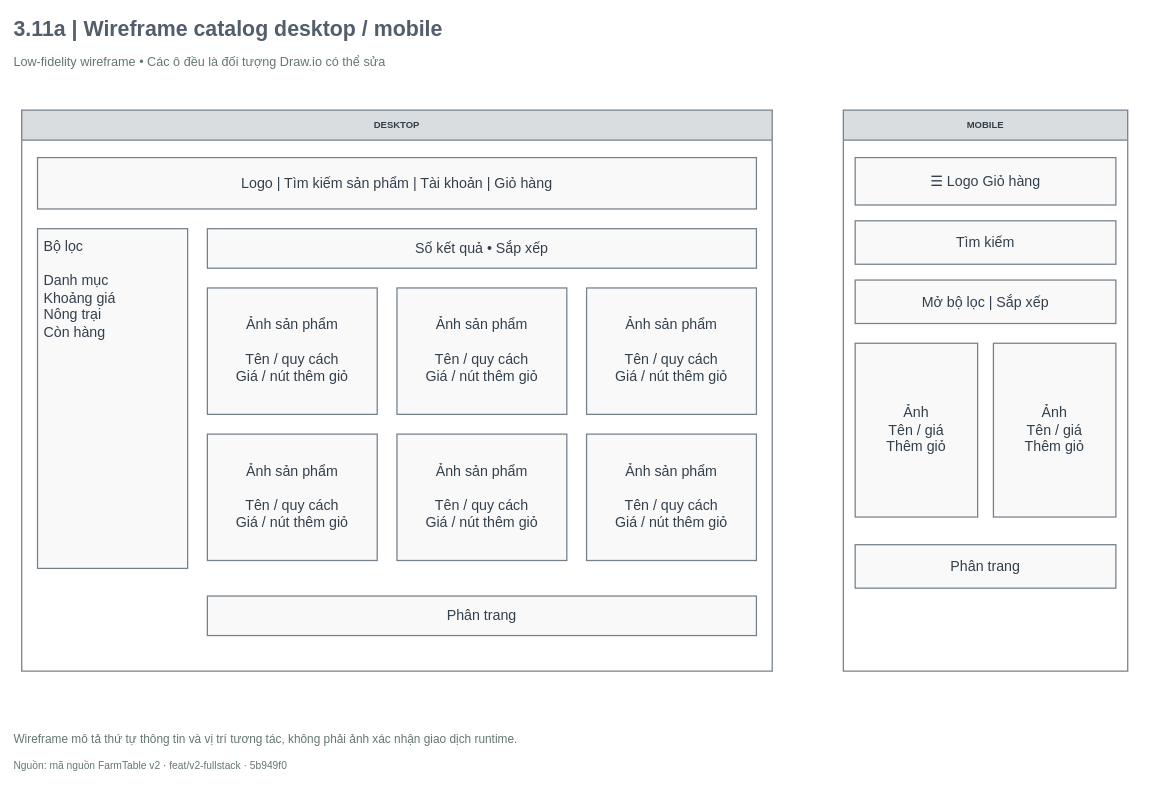
The draw.io diagram FarmTable_Chuong3/So_do_BA/drawio/Hinh_3_11a.drawio in hathu1272006-eng/PTWnangcao, before the edit. Source tidied: cells renumbered, new cells numbered last; positions are measured from the earlier drawing's top-left corner, leaving out a move shared by most shapes. Both pictures are drawn from the tidied source at 79%, with x=0, y=0 at pixel (13, 13).
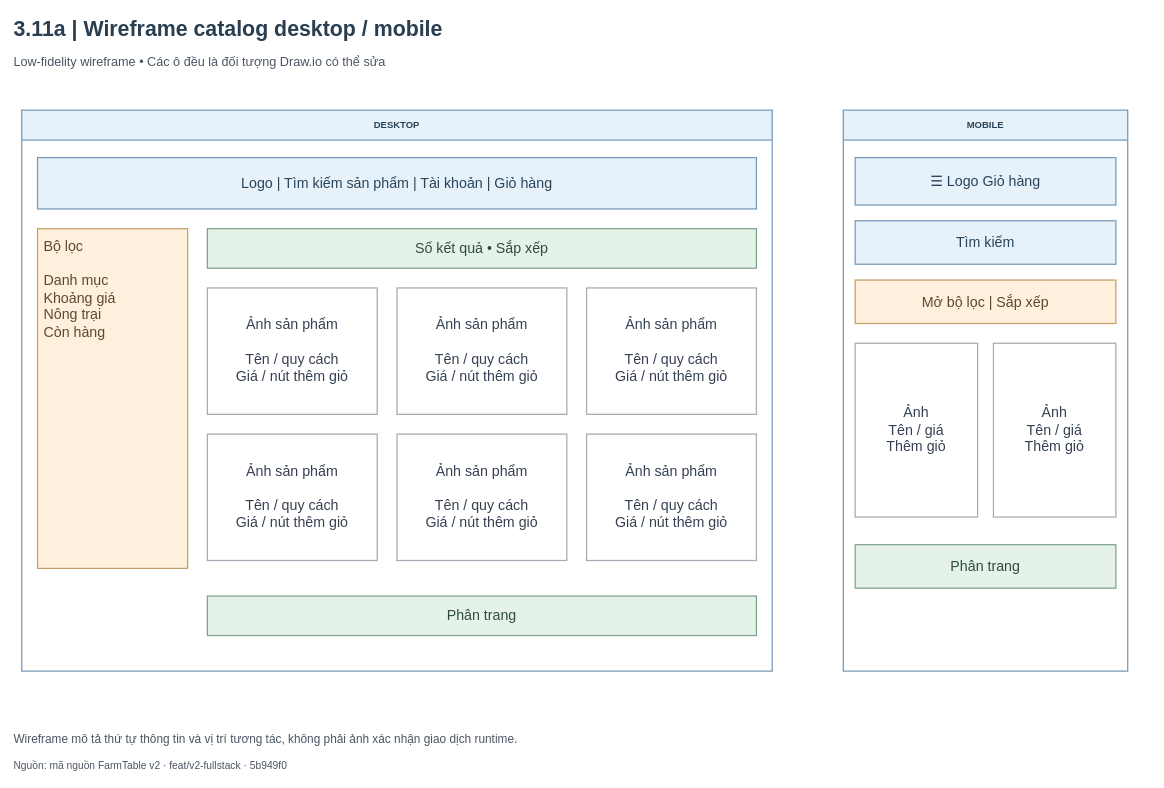
Above is the later version.

The edit, as a diff of the source:
```diff
@@
-    <mxCell id="2" value="3.11a  |  Wireframe catalog desktop / mobile" style="html=1;whiteSpace=wrap;fontFamily=Arial;fontSize=18;strokeColor=#245C47;strokeWidth=1.6;fillColor=#FFFFFF;spacing=8;text;strokeColor=none;fillColor=none;align=left;verticalAlign=middle;fontSize=27;fontStyle=1;spacing=0;fontColor=#525E6B;" parent="1" vertex="1">
+    <mxCell id="2" value="3.11a  |  Wireframe catalog desktop / mobile" style="html=1;whiteSpace=wrap;fontFamily=Arial;fontSize=18;strokeColor=#245C47;strokeWidth=1.6;fillColor=#FFFFFF;spacing=8;text;strokeColor=none;fillColor=none;align=left;verticalAlign=middle;fontSize=27;fontStyle=1;spacing=0;fontColor=#293E50;" parent="1" vertex="1">
       <mxGeometry width="1440" height="40" as="geometry" />
     </mxCell>
-    <mxCell id="3" value="Low-fidelity wireframe  •  Các ô đều là đối tượng Draw.io có thể sửa" style="html=1;whiteSpace=wrap;fontFamily=Arial;fontSize=18;fontColor=#243B32;strokeColor=#245C47;strokeWidth=1.6;fillColor=#FFFFFF;spacing=8;text;strokeColor=none;fillColor=none;align=left;verticalAlign=middle;fontSize=16;fontStyle=0;fontColor=#64776E;spacing=0;" parent="1" vertex="1">
+    <mxCell id="3" value="Low-fidelity wireframe  •  Các ô đều là đối tượng Draw.io có thể sửa" style="html=1;whiteSpace=wrap;fontFamily=Arial;fontSize=18;strokeColor=#245C47;strokeWidth=1.6;fillColor=#FFFFFF;spacing=8;text;strokeColor=none;fillColor=none;align=left;verticalAlign=middle;fontSize=16;fontStyle=0;spacing=0;fontColor=#4A5563;" parent="1" vertex="1">
       <mxGeometry y="47" width="1440" height="28" as="geometry" />
     </mxCell>
-    <mxCell id="4" value="DESKTOP" style="html=1;whiteSpace=wrap;fontFamily=Arial;fontSize=18;strokeWidth=1.6;spacing=8;swimlane;startSize=38;horizontal=1;fontStyle=1;fillColor=#DADDE0;strokeColor=#76808A;fontColor=#333F4A;swimlaneFillColor=#FFFFFF;" parent="1" vertex="1">
+    <mxCell id="4" value="DESKTOP" style="html=1;whiteSpace=wrap;fontFamily=Arial;fontSize=18;strokeWidth=1.6;spacing=8;swimlane;startSize=38;horizontal=1;fontStyle=1;fillColor=#E7F1FA;strokeColor=#789AB8;fontColor=#29445A;swimlaneFillColor=#FFFFFF;" parent="1" vertex="1">
       <mxGeometry x="10" y="122" width="950" height="710" as="geometry" />
     </mxCell>
-    <mxCell id="5" value="Logo   |   Tìm kiếm sản phẩm   |   Tài khoản   |   Giỏ hàng" style="html=1;whiteSpace=wrap;fontFamily=Arial;fontSize=18;strokeWidth=1.6;spacing=8;rounded=0;fillColor=#F9F9FA;strokeColor=#76808A;fontColor=#333F4A;" parent="4" vertex="1">
+    <mxCell id="5" value="Logo   |   Tìm kiếm sản phẩm   |   Tài khoản   |   Giỏ hàng" style="html=1;whiteSpace=wrap;fontFamily=Arial;fontSize=18;strokeWidth=1.6;spacing=8;rounded=0;fillColor=#E7F1FA;strokeColor=#789AB8;fontColor=#29445A;" parent="4" vertex="1">
       <mxGeometry x="20" y="60" width="910" height="65" as="geometry" />
     </mxCell>
-    <mxCell id="6" value="Bộ lọc&lt;br/&gt;&lt;br/&gt;Danh mục&lt;br/&gt;Khoảng giá&lt;br/&gt;Nông trại&lt;br/&gt;Còn hàng" style="html=1;whiteSpace=wrap;fontFamily=Arial;fontSize=18;strokeWidth=1.6;spacing=8;rounded=0;align=left;verticalAlign=top;fillColor=#F9F9FA;strokeColor=#76808A;fontColor=#333F4A;" parent="4" vertex="1">
+    <mxCell id="6" value="Bộ lọc&lt;br/&gt;&lt;br/&gt;Danh mục&lt;br/&gt;Khoảng giá&lt;br/&gt;Nông trại&lt;br/&gt;Còn hàng" style="html=1;whiteSpace=wrap;fontFamily=Arial;fontSize=18;strokeWidth=1.6;spacing=8;rounded=0;align=left;verticalAlign=top;fillColor=#FFF0DD;strokeColor=#C5A06C;fontColor=#5E482C;" parent="4" vertex="1">
       <mxGeometry x="20" y="150" width="190" height="430" as="geometry" />
     </mxCell>
-    <mxCell id="7" value="Số kết quả  •  Sắp xếp" style="html=1;whiteSpace=wrap;fontFamily=Arial;fontSize=18;strokeWidth=1.6;spacing=8;rounded=0;fillColor=#F9F9FA;strokeColor=#76808A;fontColor=#333F4A;" parent="4" vertex="1">
+    <mxCell id="7" value="Số kết quả  •  Sắp xếp" style="html=1;whiteSpace=wrap;fontFamily=Arial;fontSize=18;strokeWidth=1.6;spacing=8;rounded=0;fillColor=#E4F2E9;strokeColor=#7FA58B;fontColor=#304D3A;" parent="4" vertex="1">
       <mxGeometry x="235" y="150" width="695" height="50" as="geometry" />
     </mxCell>
-    <mxCell id="8" value="Ảnh sản phẩm&lt;br/&gt;&lt;br/&gt;Tên / quy cách&lt;br/&gt;Giá / nút thêm giỏ" style="html=1;whiteSpace=wrap;fontFamily=Arial;fontSize=18;strokeWidth=1.6;spacing=8;rounded=0;fillColor=#F9F9FA;strokeColor=#76808A;fontColor=#333F4A;" parent="4" vertex="1">
+    <mxCell id="8" value="Ảnh sản phẩm&lt;br/&gt;&lt;br/&gt;Tên / quy cách&lt;br/&gt;Giá / nút thêm giỏ" style="html=1;whiteSpace=wrap;fontFamily=Arial;fontSize=18;strokeWidth=1.6;spacing=8;rounded=0;fillColor=#FFFFFF;strokeColor=#A5ACB5;fontColor=#354052;" parent="4" vertex="1">
       <mxGeometry x="235" y="225" width="215" height="160" as="geometry" />
     </mxCell>
-    <mxCell id="9" value="Ảnh sản phẩm&lt;br/&gt;&lt;br/&gt;Tên / quy cách&lt;br/&gt;Giá / nút thêm giỏ" style="html=1;whiteSpace=wrap;fontFamily=Arial;fontSize=18;strokeWidth=1.6;spacing=8;rounded=0;fillColor=#F9F9FA;strokeColor=#76808A;fontColor=#333F4A;" parent="4" vertex="1">
+    <mxCell id="9" value="Ảnh sản phẩm&lt;br/&gt;&lt;br/&gt;Tên / quy cách&lt;br/&gt;Giá / nút thêm giỏ" style="html=1;whiteSpace=wrap;fontFamily=Arial;fontSize=18;strokeWidth=1.6;spacing=8;rounded=0;fillColor=#FFFFFF;strokeColor=#A5ACB5;fontColor=#354052;" parent="4" vertex="1">
       <mxGeometry x="475" y="225" width="215" height="160" as="geometry" />
     </mxCell>
-    <mxCell id="10" value="Ảnh sản phẩm&lt;br/&gt;&lt;br/&gt;Tên / quy cách&lt;br/&gt;Giá / nút thêm giỏ" style="html=1;whiteSpace=wrap;fontFamily=Arial;fontSize=18;strokeWidth=1.6;spacing=8;rounded=0;fillColor=#F9F9FA;strokeColor=#76808A;fontColor=#333F4A;" parent="4" vertex="1">
+    <mxCell id="10" value="Ảnh sản phẩm&lt;br/&gt;&lt;br/&gt;Tên / quy cách&lt;br/&gt;Giá / nút thêm giỏ" style="html=1;whiteSpace=wrap;fontFamily=Arial;fontSize=18;strokeWidth=1.6;spacing=8;rounded=0;fillColor=#FFFFFF;strokeColor=#A5ACB5;fontColor=#354052;" parent="4" vertex="1">
       <mxGeometry x="715" y="225" width="215" height="160" as="geometry" />
     </mxCell>
-    <mxCell id="11" value="Ảnh sản phẩm&lt;br/&gt;&lt;br/&gt;Tên / quy cách&lt;br/&gt;Giá / nút thêm giỏ" style="html=1;whiteSpace=wrap;fontFamily=Arial;fontSize=18;strokeWidth=1.6;spacing=8;rounded=0;fillColor=#F9F9FA;strokeColor=#76808A;fontColor=#333F4A;" parent="4" vertex="1">
+    <mxCell id="11" value="Ảnh sản phẩm&lt;br/&gt;&lt;br/&gt;Tên / quy cách&lt;br/&gt;Giá / nút thêm giỏ" style="html=1;whiteSpace=wrap;fontFamily=Arial;fontSize=18;strokeWidth=1.6;spacing=8;rounded=0;fillColor=#FFFFFF;strokeColor=#A5ACB5;fontColor=#354052;" parent="4" vertex="1">
       <mxGeometry x="235" y="410" width="215" height="160" as="geometry" />
     </mxCell>
-    <mxCell id="12" value="Ảnh sản phẩm&lt;br/&gt;&lt;br/&gt;Tên / quy cách&lt;br/&gt;Giá / nút thêm giỏ" style="html=1;whiteSpace=wrap;fontFamily=Arial;fontSize=18;strokeWidth=1.6;spacing=8;rounded=0;fillColor=#F9F9FA;strokeColor=#76808A;fontColor=#333F4A;" parent="4" vertex="1">
+    <mxCell id="12" value="Ảnh sản phẩm&lt;br/&gt;&lt;br/&gt;Tên / quy cách&lt;br/&gt;Giá / nút thêm giỏ" style="html=1;whiteSpace=wrap;fontFamily=Arial;fontSize=18;strokeWidth=1.6;spacing=8;rounded=0;fillColor=#FFFFFF;strokeColor=#A5ACB5;fontColor=#354052;" parent="4" vertex="1">
       <mxGeometry x="475" y="410" width="215" height="160" as="geometry" />
     </mxCell>
-    <mxCell id="13" value="Ảnh sản phẩm&lt;br/&gt;&lt;br/&gt;Tên / quy cách&lt;br/&gt;Giá / nút thêm giỏ" style="html=1;whiteSpace=wrap;fontFamily=Arial;fontSize=18;strokeWidth=1.6;spacing=8;rounded=0;fillColor=#F9F9FA;strokeColor=#76808A;fontColor=#333F4A;" parent="4" vertex="1">
+    <mxCell id="13" value="Ảnh sản phẩm&lt;br/&gt;&lt;br/&gt;Tên / quy cách&lt;br/&gt;Giá / nút thêm giỏ" style="html=1;whiteSpace=wrap;fontFamily=Arial;fontSize=18;strokeWidth=1.6;spacing=8;rounded=0;fillColor=#FFFFFF;strokeColor=#A5ACB5;fontColor=#354052;" parent="4" vertex="1">
       <mxGeometry x="715" y="410" width="215" height="160" as="geometry" />
     </mxCell>
-    <mxCell id="14" value="Phân trang" style="html=1;whiteSpace=wrap;fontFamily=Arial;fontSize=18;strokeWidth=1.6;spacing=8;rounded=0;fillColor=#F9F9FA;strokeColor=#76808A;fontColor=#333F4A;" parent="4" vertex="1">
+    <mxCell id="14" value="Phân trang" style="html=1;whiteSpace=wrap;fontFamily=Arial;fontSize=18;strokeWidth=1.6;spacing=8;rounded=0;fillColor=#E4F2E9;strokeColor=#7FA58B;fontColor=#304D3A;" parent="4" vertex="1">
       <mxGeometry x="235" y="615" width="695" height="50" as="geometry" />
     </mxCell>
-    <mxCell id="15" value="MOBILE" style="html=1;whiteSpace=wrap;fontFamily=Arial;fontSize=18;strokeWidth=1.6;spacing=8;swimlane;startSize=38;horizontal=1;fontStyle=1;fillColor=#DADDE0;strokeColor=#76808A;fontColor=#333F4A;swimlaneFillColor=#FFFFFF;" parent="1" vertex="1">
+    <mxCell id="15" value="MOBILE" style="html=1;whiteSpace=wrap;fontFamily=Arial;fontSize=18;strokeWidth=1.6;spacing=8;swimlane;startSize=38;horizontal=1;fontStyle=1;fillColor=#E7F1FA;strokeColor=#789AB8;fontColor=#29445A;swimlaneFillColor=#FFFFFF;" parent="1" vertex="1">
       <mxGeometry x="1050" y="122" width="360" height="710" as="geometry" />
     </mxCell>
-    <mxCell id="16" value="☰    Logo    Giỏ hàng" style="html=1;whiteSpace=wrap;fontFamily=Arial;fontSize=18;strokeWidth=1.6;spacing=8;rounded=0;fillColor=#F9F9FA;strokeColor=#76808A;fontColor=#333F4A;" parent="15" vertex="1">
+    <mxCell id="16" value="☰    Logo    Giỏ hàng" style="html=1;whiteSpace=wrap;fontFamily=Arial;fontSize=18;strokeWidth=1.6;spacing=8;rounded=0;fillColor=#E7F1FA;strokeColor=#789AB8;fontColor=#29445A;" parent="15" vertex="1">
       <mxGeometry x="15" y="60" width="330" height="60" as="geometry" />
     </mxCell>
-    <mxCell id="17" value="Tìm kiếm" style="html=1;whiteSpace=wrap;fontFamily=Arial;fontSize=18;strokeWidth=1.6;spacing=8;rounded=0;fillColor=#F9F9FA;strokeColor=#76808A;fontColor=#333F4A;" parent="15" vertex="1">
+    <mxCell id="17" value="Tìm kiếm" style="html=1;whiteSpace=wrap;fontFamily=Arial;fontSize=18;strokeWidth=1.6;spacing=8;rounded=0;fillColor=#E7F1FA;strokeColor=#789AB8;fontColor=#29445A;" parent="15" vertex="1">
       <mxGeometry x="15" y="140" width="330" height="55" as="geometry" />
     </mxCell>
-    <mxCell id="18" value="Mở bộ lọc  |  Sắp xếp" style="html=1;whiteSpace=wrap;fontFamily=Arial;fontSize=18;strokeWidth=1.6;spacing=8;rounded=0;fillColor=#F9F9FA;strokeColor=#76808A;fontColor=#333F4A;" parent="15" vertex="1">
+    <mxCell id="18" value="Mở bộ lọc  |  Sắp xếp" style="html=1;whiteSpace=wrap;fontFamily=Arial;fontSize=18;strokeWidth=1.6;spacing=8;rounded=0;fillColor=#FFF0DD;strokeColor=#C5A06C;fontColor=#5E482C;" parent="15" vertex="1">
       <mxGeometry x="15" y="215" width="330" height="55" as="geometry" />
     </mxCell>
-    <mxCell id="19" value="Ảnh&lt;br/&gt;Tên / giá&lt;br/&gt;Thêm giỏ" style="html=1;whiteSpace=wrap;fontFamily=Arial;fontSize=18;strokeWidth=1.6;spacing=8;rounded=0;fillColor=#F9F9FA;strokeColor=#76808A;fontColor=#333F4A;" parent="15" vertex="1">
+    <mxCell id="19" value="Ảnh&lt;br/&gt;Tên / giá&lt;br/&gt;Thêm giỏ" style="html=1;whiteSpace=wrap;fontFamily=Arial;fontSize=18;strokeWidth=1.6;spacing=8;rounded=0;fillColor=#FFFFFF;strokeColor=#A5ACB5;fontColor=#354052;" parent="15" vertex="1">
       <mxGeometry x="15" y="295" width="155" height="220" as="geometry" />
     </mxCell>
-    <mxCell id="20" value="Ảnh&lt;br/&gt;Tên / giá&lt;br/&gt;Thêm giỏ" style="html=1;whiteSpace=wrap;fontFamily=Arial;fontSize=18;strokeWidth=1.6;spacing=8;rounded=0;fillColor=#F9F9FA;strokeColor=#76808A;fontColor=#333F4A;" parent="15" vertex="1">
+    <mxCell id="20" value="Ảnh&lt;br/&gt;Tên / giá&lt;br/&gt;Thêm giỏ" style="html=1;whiteSpace=wrap;fontFamily=Arial;fontSize=18;strokeWidth=1.6;spacing=8;rounded=0;fillColor=#FFFFFF;strokeColor=#A5ACB5;fontColor=#354052;" parent="15" vertex="1">
       <mxGeometry x="190" y="295" width="155" height="220" as="geometry" />
     </mxCell>
-    <mxCell id="21" value="Phân trang" style="html=1;whiteSpace=wrap;fontFamily=Arial;fontSize=18;strokeWidth=1.6;spacing=8;rounded=0;fillColor=#F9F9FA;strokeColor=#76808A;fontColor=#333F4A;" parent="15" vertex="1">
+    <mxCell id="21" value="Phân trang" style="html=1;whiteSpace=wrap;fontFamily=Arial;fontSize=18;strokeWidth=1.6;spacing=8;rounded=0;fillColor=#E4F2E9;strokeColor=#7FA58B;fontColor=#304D3A;" parent="15" vertex="1">
       <mxGeometry x="15" y="550" width="330" height="55" as="geometry" />
     </mxCell>
-    <mxCell id="22" value="Wireframe mô tả thứ tự thông tin và vị trí tương tác, không phải ảnh xác nhận giao dịch runtime." style="html=1;whiteSpace=wrap;fontFamily=Arial;fontSize=18;fontColor=#243B32;strokeColor=#245C47;strokeWidth=1.6;fillColor=#FFFFFF;spacing=8;text;strokeColor=none;fillColor=none;align=left;verticalAlign=middle;fontSize=15;fontStyle=0;fontColor=#64776E;spacing=0;" parent="1" vertex="1">
+    <mxCell id="22" value="Wireframe mô tả thứ tự thông tin và vị trí tương tác, không phải ảnh xác nhận giao dịch runtime." style="html=1;whiteSpace=wrap;fontFamily=Arial;fontSize=18;strokeColor=#245C47;strokeWidth=1.6;fillColor=#FFFFFF;spacing=8;text;strokeColor=none;fillColor=none;align=left;verticalAlign=middle;fontSize=15;fontStyle=0;spacing=0;fontColor=#4A5563;" parent="1" vertex="1">
       <mxGeometry y="899" width="1440" height="35" as="geometry" />
     </mxCell>
-    <mxCell id="23" value="Nguồn: mã nguồn FarmTable v2 · feat/v2-fullstack · 5b949f0" style="html=1;whiteSpace=wrap;fontFamily=Arial;fontSize=18;fontColor=#243B32;strokeColor=#245C47;strokeWidth=1.6;fillColor=#FFFFFF;spacing=8;text;strokeColor=none;fillColor=none;align=left;verticalAlign=middle;fontSize=13;fontStyle=0;fontColor=#64776E;spacing=0;" parent="1" vertex="1">
+    <mxCell id="23" value="Nguồn: mã nguồn FarmTable v2 · feat/v2-fullstack · 5b949f0" style="html=1;whiteSpace=wrap;fontFamily=Arial;fontSize=18;strokeColor=#245C47;strokeWidth=1.6;fillColor=#FFFFFF;spacing=8;text;strokeColor=none;fillColor=none;align=left;verticalAlign=middle;fontSize=13;fontStyle=0;spacing=0;fontColor=#4A5563;" parent="1" vertex="1">
       <mxGeometry y="940" width="1440" height="24" as="geometry" />
     </mxCell>
```
